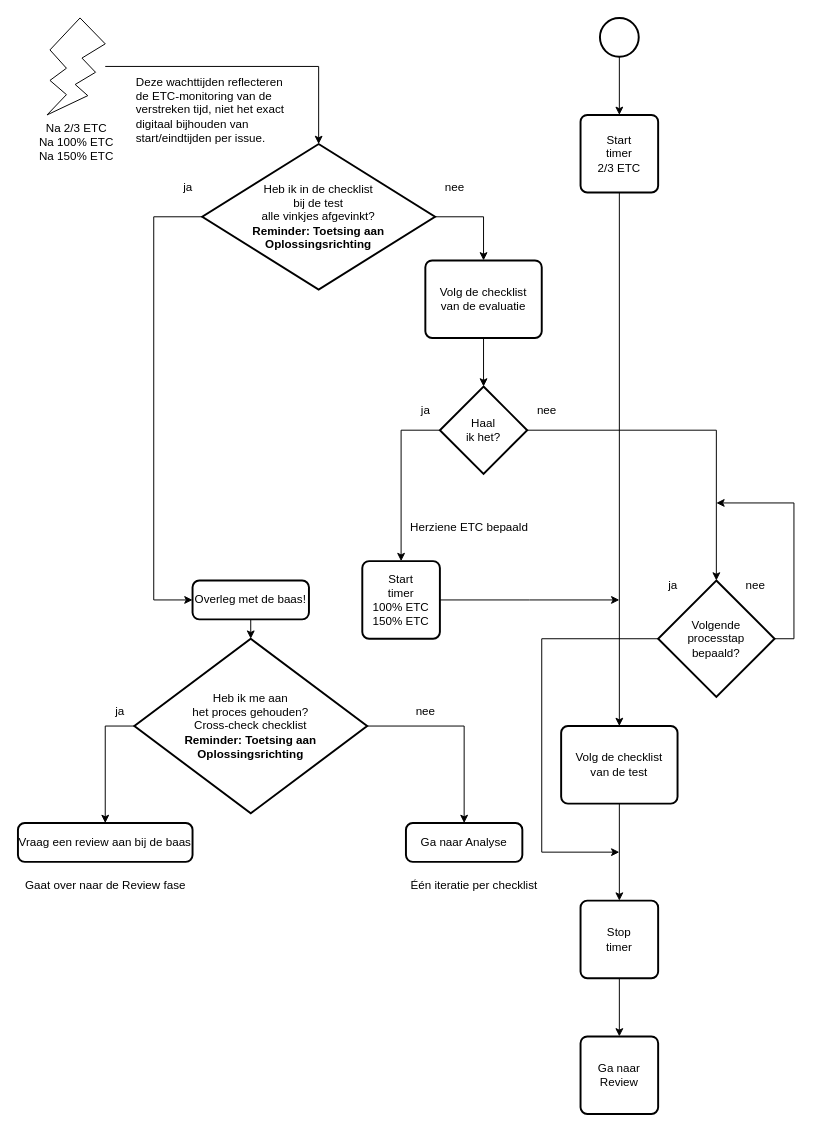
This is 5 Issue Tracker test.drawio from Zaibatsu89/IssueTracker, a draw.io file, before an edit. Source tidied: cells renumbered, new cells numbered last; positions are measured from the earlier drawing's top-left corner, leaving out a move shared by most shapes. Both pictures are drawn from the tidied source at 97%, with x=0, y=0 at pixel (17, 17).
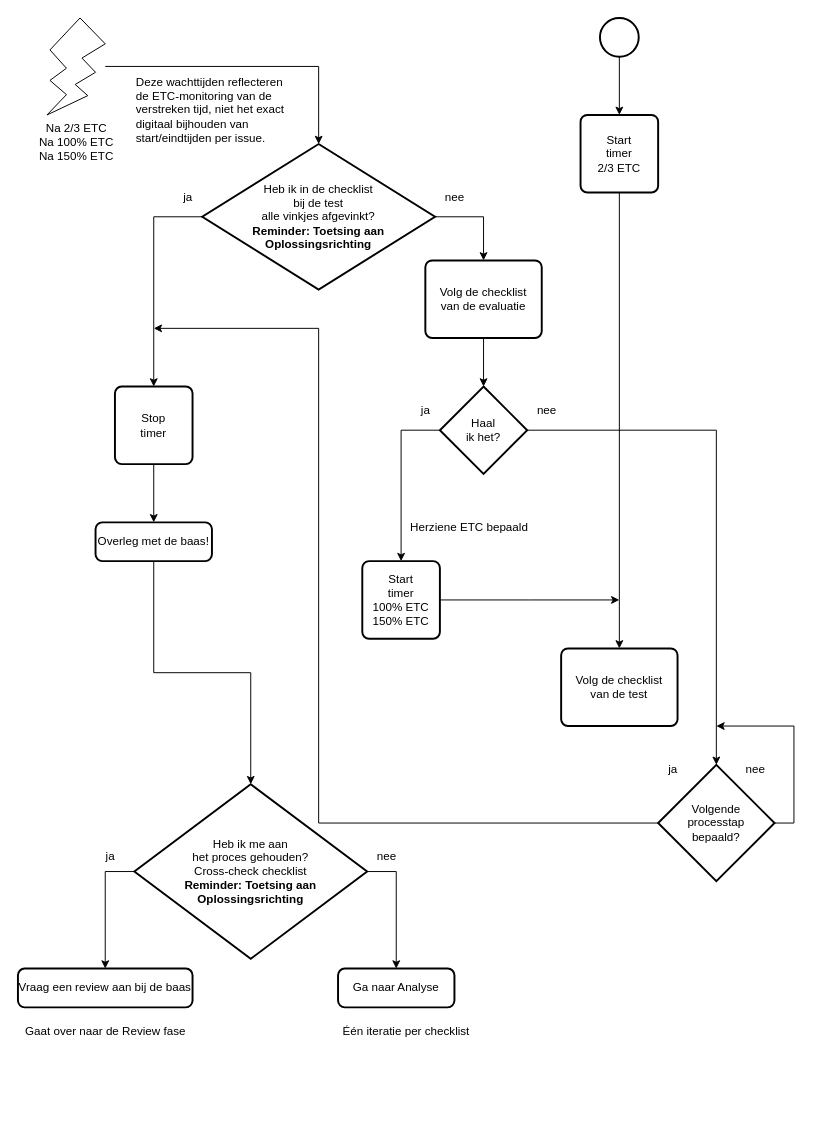
Above is the later version.

Commit message (it also covers changes not shown here):
Verplaats "Heb ik in de checklist bij de intake alle vinkjes afgevinkt?" van "Volg de checklist van de intake" naar "Bevindingen delen" in flowcharts

Unchanged cells that the change refers to:
```xml
<mxCell id="8" value="Heb ik in de checklist&lt;br&gt;bij de test&lt;br&gt;alle vinkjes afgevinkt?&lt;br&gt;&lt;b&gt;Reminder: Toetsing aan&lt;br&gt;Oplossingsrichting&lt;/b&gt;" style="strokeWidth=2;html=1;shape=mxgraph.flowchart.decision;whiteSpace=wrap;" parent="1" vertex="1">
  <mxGeometry x="190" y="130" width="240" height="150" as="geometry" />
</mxCell>
```

Diff of the diagram source:
```diff
@@
-    <mxCell id="4" style="edgeStyle=orthogonalEdgeStyle;rounded=0;jettySize=auto;html=1;exitX=0.5;exitY=1;exitDx=0;exitDy=0;" parent="1" edge="1" source="5" target="38">
-      <mxGeometry relative="1" as="geometry" />
-    </mxCell>
     <mxCell id="5" value="Volg de checklist&lt;br&gt;van de test" style="rounded=1;whiteSpace=wrap;html=1;absoluteArcSize=1;arcSize=14;strokeWidth=2;" parent="1" vertex="1">
-      <mxGeometry x="560" y="730" width="120" height="80" as="geometry" />
+      <mxGeometry x="560" y="650" width="120" height="80" as="geometry" />
     </mxCell>
-    <mxCell id="6" style="edgeStyle=orthogonalEdgeStyle;rounded=0;jettySize=auto;html=1;exitX=0;exitY=0.5;exitDx=0;exitDy=0;exitPerimeter=0;entryX=0;entryY=0.5;entryDx=0;entryDy=0;" parent="1" edge="1" source="8" target="13">
-      <mxGeometry relative="1" as="geometry">
-        <Array as="points">
-          <mxPoint x="140" y="205" />
-          <mxPoint x="140" y="600" />
-        </Array>
-      </mxGeometry>
-    </mxCell>
@@
+    <mxCell id="45" style="edgeStyle=orthogonalEdgeStyle;rounded=0;jettySize=auto;html=1;exitX=0;exitY=0.5;exitDx=0;exitDy=0;exitPerimeter=0;entryX=0.5;entryY=0;entryDx=0;entryDy=0;" parent="1" edge="1" source="8" target="38">
+      <mxGeometry relative="1" as="geometry" />
+    </mxCell>
@@
     <mxCell id="9" value="Vraag een review aan bij de baas" style="rounded=1;whiteSpace=wrap;html=1;absoluteArcSize=1;arcSize=14;strokeWidth=2;" parent="1" vertex="1">
-      <mxGeometry y="830" width="180" height="40" as="geometry" />
+      <mxGeometry y="980" width="180" height="40" as="geometry" />
     </mxCell>
     <mxCell id="10" value="Ga naar Analyse" style="rounded=1;whiteSpace=wrap;html=1;absoluteArcSize=1;arcSize=14;strokeWidth=2;" parent="1" vertex="1">
-      <mxGeometry x="400" y="830" width="120" height="40" as="geometry" />
+      <mxGeometry x="330" y="980" width="120" height="40" as="geometry" />
     </mxCell>
     <mxCell id="11" value="ja" style="text;html=1;align=center;verticalAlign=middle;strokeColor=none;fillColor=none;" parent="1" vertex="1">
-      <mxGeometry x="160" y="160" width="30" height="30" as="geometry" />
+      <mxGeometry x="160" y="170" width="30" height="30" as="geometry" />
     </mxCell>
     <mxCell id="12" value="nee" style="text;html=1;align=center;verticalAlign=middle;strokeColor=none;fillColor=none;" parent="1" vertex="1">
-      <mxGeometry x="430" y="160" width="40" height="30" as="geometry" />
+      <mxGeometry x="430" y="170" width="40" height="30" as="geometry" />
     </mxCell>
     <mxCell id="13" value="Overleg met de baas!" style="rounded=1;whiteSpace=wrap;html=1;absoluteArcSize=1;arcSize=14;strokeWidth=2;" parent="1" vertex="1">
-      <mxGeometry x="180" y="580" width="120" height="40" as="geometry" />
+      <mxGeometry x="80" y="520" width="120" height="40" as="geometry" />
     </mxCell>
@@
     <mxCell id="16" value="Heb ik me aan&lt;br&gt;het proces gehouden?&lt;br&gt;Cross-check checklist&lt;br&gt;&lt;b&gt;Reminder: Toetsing aan Oplossingsrichting&lt;/b&gt;" style="strokeWidth=2;html=1;shape=mxgraph.flowchart.decision;whiteSpace=wrap;" parent="1" vertex="1">
-      <mxGeometry x="120" y="640" width="240" height="180" as="geometry" />
+      <mxGeometry x="120" y="790" width="240" height="180" as="geometry" />
     </mxCell>
     <mxCell id="17" value="ja" style="text;html=1;align=center;verticalAlign=middle;strokeColor=none;fillColor=none;" parent="1" vertex="1">
-      <mxGeometry x="90" y="700" width="30" height="30" as="geometry" />
+      <mxGeometry x="80" y="850" width="30" height="30" as="geometry" />
     </mxCell>
     <mxCell id="18" value="nee" style="text;html=1;align=center;verticalAlign=middle;strokeColor=none;fillColor=none;" parent="1" vertex="1">
-      <mxGeometry x="400" y="700" width="40" height="30" as="geometry" />
+      <mxGeometry x="360" y="850" width="40" height="30" as="geometry" />
     </mxCell>
@@
     <mxCell id="24" value="Gaat over naar de Review fase" style="text;html=1;align=center;verticalAlign=middle;strokeColor=none;fillColor=none;" parent="1" vertex="1">
-      <mxGeometry y="880" width="180" height="30" as="geometry" />
+      <mxGeometry y="1030" width="180" height="30" as="geometry" />
     </mxCell>
@@
     <mxCell id="26" value="Één iteratie per checklist" style="text;html=1;align=center;verticalAlign=middle;strokeColor=none;fillColor=none;" parent="1" vertex="1">
-      <mxGeometry x="390" y="880" width="160" height="30" as="geometry" />
+      <mxGeometry x="320" y="1030" width="160" height="30" as="geometry" />
     </mxCell>
-    <mxCell id="27" value="Ga naar&lt;br&gt;Review" style="rounded=1;whiteSpace=wrap;html=1;absoluteArcSize=1;arcSize=14;strokeWidth=2;" parent="1" vertex="1">
-      <mxGeometry x="580" y="1050" width="80" height="80" as="geometry" />
-    </mxCell>
@@
-    <mxCell id="37" style="edgeStyle=orthogonalEdgeStyle;rounded=0;jettySize=auto;html=1;" parent="1" edge="1" source="38" target="27">
-      <mxGeometry relative="1" as="geometry" />
-    </mxCell>
+    <mxCell id="46" style="edgeStyle=orthogonalEdgeStyle;rounded=0;jettySize=auto;html=1;entryX=0.5;entryY=0;entryDx=0;entryDy=0;" parent="1" edge="1" source="38" target="13">
+      <mxGeometry relative="1" as="geometry" />
+    </mxCell>
     <mxCell id="38" value="Stop&lt;br&gt;timer" style="rounded=1;whiteSpace=wrap;html=1;absoluteArcSize=1;arcSize=14;strokeWidth=2;" parent="1" vertex="1">
-      <mxGeometry x="580" y="910" width="80" height="80" as="geometry" />
+      <mxGeometry x="100" y="380" width="80" height="80" as="geometry" />
     </mxCell>
     <mxCell id="39" style="edgeStyle=orthogonalEdgeStyle;rounded=0;jettySize=auto;html=1;exitX=1;exitY=0.5;exitDx=0;exitDy=0;exitPerimeter=0;" parent="1" edge="1" source="41">
       <mxGeometry relative="1" as="geometry">
-        <mxPoint x="720" y="500" as="targetPoint" />
+        <mxPoint x="720" y="730" as="targetPoint" />
         <Array as="points">
-          <mxPoint x="800" y="640" />
-          <mxPoint x="800" y="500" />
-          <mxPoint x="720" y="500" />
+          <mxPoint x="800" y="830" />
+          <mxPoint x="800" y="730" />
+          <mxPoint x="720" y="730" />
         </Array>
       </mxGeometry>
     </mxCell>
-    <mxCell id="40" style="edgeStyle=orthogonalEdgeStyle;rounded=0;jettySize=auto;html=1;exitX=0;exitY=0.5;exitDx=0;exitDy=0;exitPerimeter=0;" parent="1" edge="1" source="41">
-      <mxGeometry relative="1" as="geometry">
-        <mxPoint x="620" y="860" as="targetPoint" />
-        <Array as="points">
-          <mxPoint x="540" y="640" />
-        </Array>
-      </mxGeometry>
-    </mxCell>
     <mxCell id="41" value="Volgende&lt;br&gt;processtap&lt;br&gt;bepaald?" style="strokeWidth=2;html=1;shape=mxgraph.flowchart.decision;whiteSpace=wrap;" parent="1" vertex="1">
-      <mxGeometry x="660" y="580" width="120" height="120" as="geometry" />
+      <mxGeometry x="660" y="770" width="120" height="120" as="geometry" />
     </mxCell>
@@
     <mxCell id="43" value="nee" style="text;html=1;align=center;verticalAlign=middle;strokeColor=none;fillColor=none;" parent="1" vertex="1">
-      <mxGeometry x="740" y="570" width="40" height="30" as="geometry" />
+      <mxGeometry x="740" y="760" width="40" height="30" as="geometry" />
     </mxCell>
     <mxCell id="44" value="ja" style="text;html=1;align=center;verticalAlign=middle;strokeColor=none;fillColor=none;" parent="1" vertex="1">
-      <mxGeometry x="660" y="570" width="30" height="30" as="geometry" />
+      <mxGeometry x="660" y="760" width="30" height="30" as="geometry" />
     </mxCell>
+    <mxCell id="47" style="edgeStyle=orthogonalEdgeStyle;rounded=0;jettySize=auto;html=1;exitX=0;exitY=0.5;exitDx=0;exitDy=0;exitPerimeter=0;" parent="1" edge="1" source="41">
+      <mxGeometry relative="1" as="geometry">
+        <mxPoint x="140" y="320" as="targetPoint" />
+        <Array as="points">
+          <mxPoint x="310" y="830" />
+        </Array>
+      </mxGeometry>
+    </mxCell>
```
